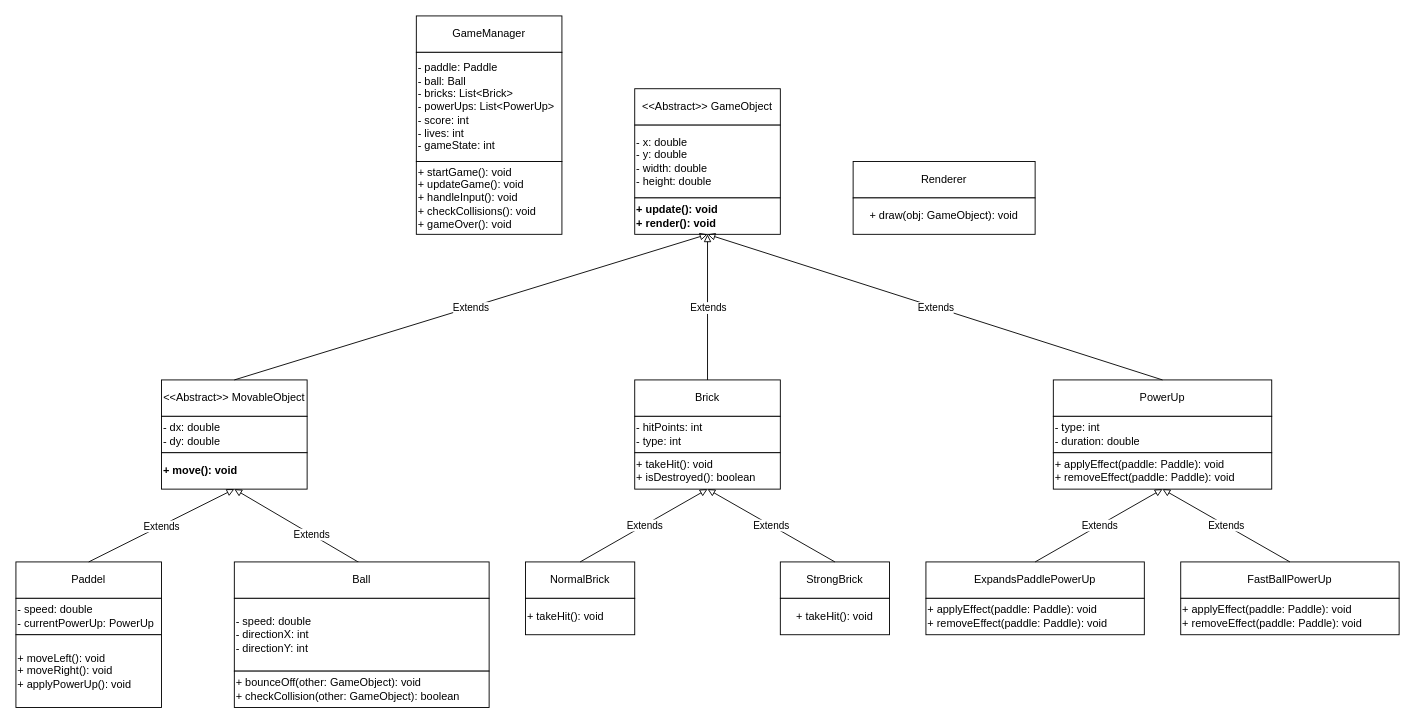
Before: Arkanoid.drawio in gia-dinh-kbc/btl_oop_63_kbc, a draw.io diagram. Source tidied: cells renumbered, new cells numbered last; positions are measured from the earlier drawing's top-left corner, leaving out a move shared by most shapes. Both pictures are drawn from the tidied source at 91%, with x=0, y=0 at pixel (15, 15).
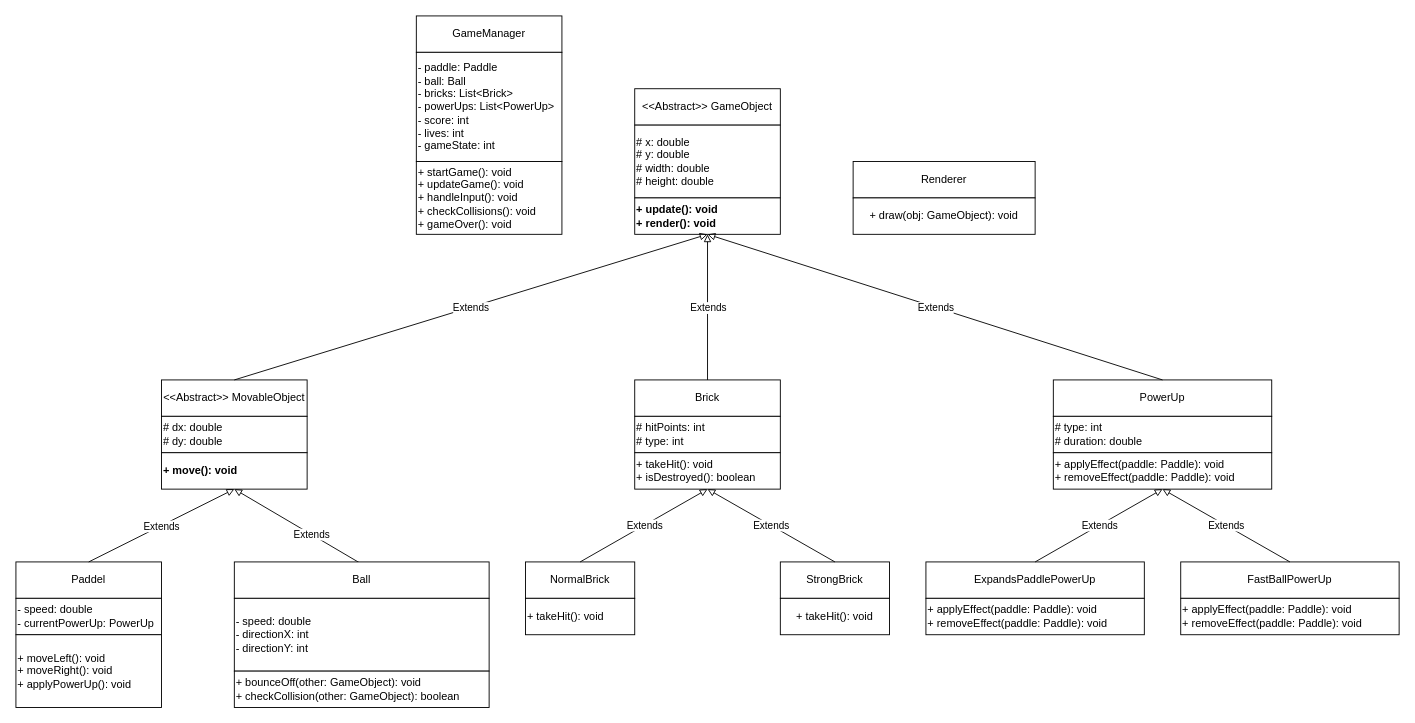
The same page after the edit.

Unchanged cells that the change refers to:
```xml
<mxCell id="2" style="group;" parent="1" vertex="1">
  <mxGeometry x="680" y="80" width="160" height="160" as="geometry" />
</mxCell>
<mxCell id="6" style="group;" parent="1" vertex="1">
  <mxGeometry x="160" y="400" width="160" height="120" as="geometry" />
</mxCell>
<mxCell id="21" style="group;" parent="1" vertex="1">
  <mxGeometry x="680" y="400" width="160" height="120" as="geometry" />
</mxCell>
<mxCell id="31" style="group;" parent="1" vertex="1">
  <mxGeometry x="1140" y="400" width="240" height="120" as="geometry" />
</mxCell>
```

Diff of the diagram source:
```diff
@@
-    <mxCell id="4" value="&lt;div style=&quot;&quot;&gt;&lt;span style=&quot;background-color: transparent; color: light-dark(rgb(0, 0, 0), rgb(255, 255, 255));&quot;&gt;- x: double&lt;/span&gt;&lt;/div&gt;&lt;div style=&quot;&quot;&gt;- y: double&lt;/div&gt;&lt;div style=&quot;&quot;&gt;- width: double&lt;/div&gt;&lt;div style=&quot;&quot;&gt;- height: double&lt;/div&gt;" style="rounded=0;whiteSpace=wrap;html=1;align=left;" parent="2" vertex="1">
+    <mxCell id="4" value="&lt;div style=&quot;&quot;&gt;&lt;span style=&quot;background-color: transparent; color: light-dark(rgb(0, 0, 0), rgb(255, 255, 255));&quot;&gt;# x: double&lt;/span&gt;&lt;/div&gt;&lt;div style=&quot;&quot;&gt;# y: double&lt;/div&gt;&lt;div style=&quot;&quot;&gt;# width: double&lt;/div&gt;&lt;div style=&quot;&quot;&gt;# height: double&lt;/div&gt;" style="rounded=0;whiteSpace=wrap;html=1;align=left;" parent="2" vertex="1">
       <mxGeometry y="40" width="160" height="80" as="geometry" />
     </mxCell>
@@
-    <mxCell id="8" value="- dx: double&lt;div&gt;- dy: double&lt;/div&gt;" style="rounded=0;whiteSpace=wrap;html=1;align=left;" parent="6" vertex="1">
+    <mxCell id="8" value="# dx: double&lt;div&gt;# dy: double&lt;/div&gt;" style="rounded=0;whiteSpace=wrap;html=1;align=left;" parent="6" vertex="1">
       <mxGeometry y="40" width="160" height="40" as="geometry" />
     </mxCell>
@@
-    <mxCell id="23" value="- hitPoints: int&lt;div&gt;- type: int&lt;/div&gt;" style="rounded=0;whiteSpace=wrap;html=1;align=left;" parent="21" vertex="1">
+    <mxCell id="23" value="# hitPoints: int&lt;div&gt;# type: int&lt;/div&gt;" style="rounded=0;whiteSpace=wrap;html=1;align=left;" parent="21" vertex="1">
       <mxGeometry y="40" width="160" height="40" as="geometry" />
     </mxCell>
@@
-    <mxCell id="33" value="- type: int&lt;div&gt;- duration: double&lt;/div&gt;" style="rounded=0;whiteSpace=wrap;html=1;align=left;" parent="31" vertex="1">
+    <mxCell id="33" value="# type: int&lt;div&gt;# duration: double&lt;/div&gt;" style="rounded=0;whiteSpace=wrap;html=1;align=left;" parent="31" vertex="1">
       <mxGeometry y="40" width="240" height="40" as="geometry" />
     </mxCell>
```
